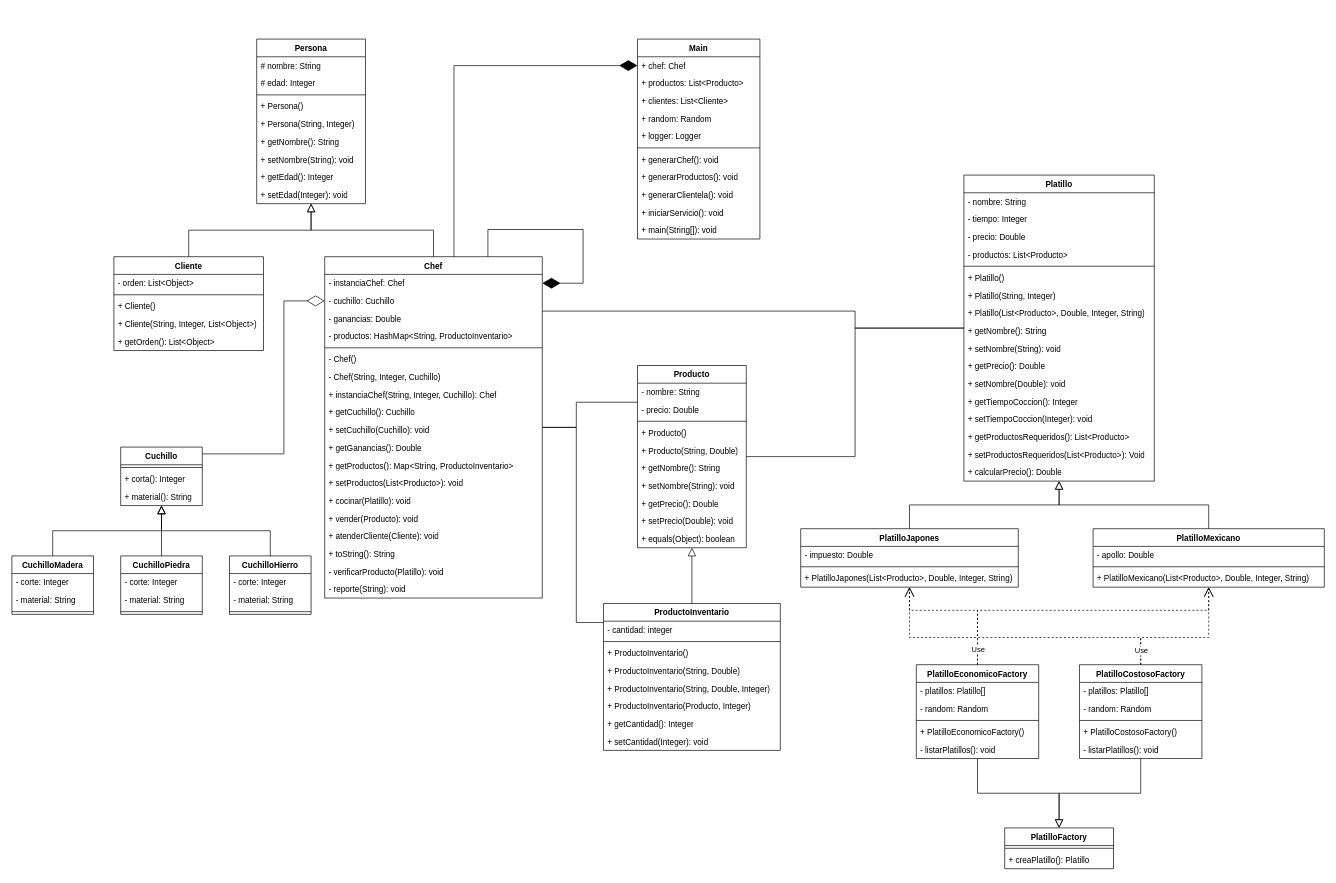
Earlier version of the draw.io diagram page "Página-1" (1 of 7) of Practica0/Reporte/Clases.drawio (diegodgl10/Practicas_CConcurrente). Source tidied: cells renumbered, new cells numbered last; positions are measured from the earlier drawing's top-left corner, leaving out a move shared by most shapes. Both pictures are drawn from the tidied source at 68%, with x=0, y=0 at pixel (12, 39).
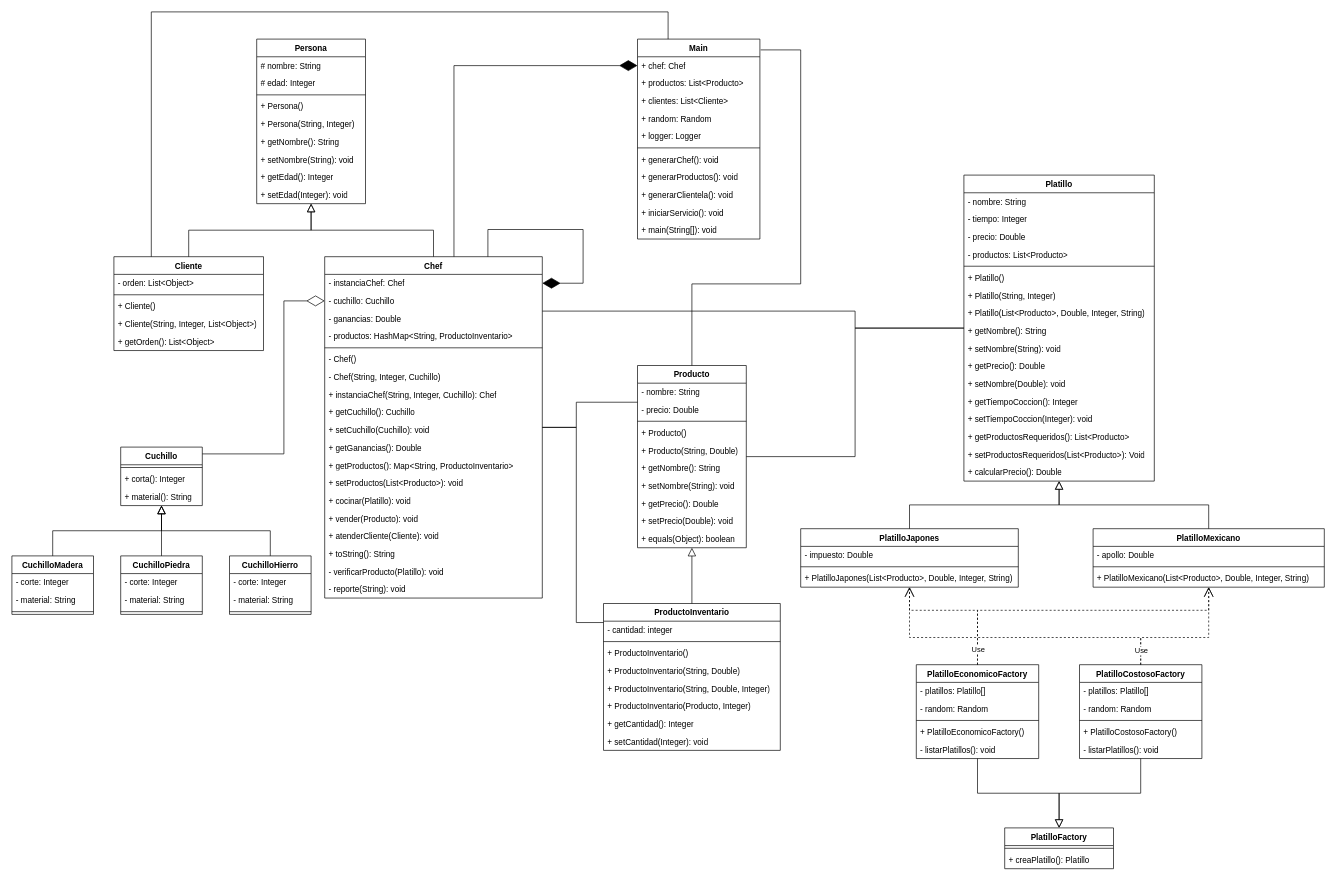
Above is the later version.

The change refers to these unchanged cells:
```xml
<mxCell id="12" value="Cliente" style="swimlane;fontStyle=1;align=center;verticalAlign=top;horizontal=1;startSize=26;whiteSpace=wrap;html=1;" parent="1" vertex="1">
  <mxGeometry x="150" y="320" width="220" height="138" as="geometry" />
</mxCell>
<mxCell id="55" value="Producto" style="swimlane;fontStyle=1;align=center;verticalAlign=top;horizontal=1;startSize=26;whiteSpace=wrap;html=1;" parent="1" vertex="1">
  <mxGeometry x="920" y="480" width="160" height="268" as="geometry" />
</mxCell>
<mxCell id="136" value="Main" style="swimlane;fontStyle=1;align=center;verticalAlign=top;horizontal=1;startSize=26;whiteSpace=wrap;html=1;" parent="1" vertex="1">
  <mxGeometry x="920" width="180" height="294" as="geometry" />
</mxCell>
```

The edit, as a diff of the source:
```diff
@@
+    <mxCell id="150" style="endArrow=none;html=1;rounded=0;exitX=0.25;exitY=0;exitDx=0;exitDy=0;entryX=0.25;entryY=0;entryDx=0;entryDy=0;edgeStyle=orthogonalEdgeStyle;" parent="1" edge="1" source="12" target="136">
+      <mxGeometry relative="1" as="geometry">
+        <Array as="points">
+          <mxPoint x="205" y="-40" />
+          <mxPoint x="965" y="-40" />
+        </Array>
+      </mxGeometry>
+    </mxCell>
+    <mxCell id="151" style="endArrow=none;html=1;rounded=0;exitX=0.5;exitY=0;exitDx=0;exitDy=0;edgeStyle=orthogonalEdgeStyle;entryX=1.006;entryY=0.054;entryDx=0;entryDy=0;entryPerimeter=0;" parent="1" edge="1" source="55" target="136">
+      <mxGeometry relative="1" as="geometry">
+        <Array as="points">
+          <mxPoint x="1000" y="360" />
+          <mxPoint x="1160" y="360" />
+          <mxPoint x="1160" y="16" />
+        </Array>
+      </mxGeometry>
+    </mxCell>
```
